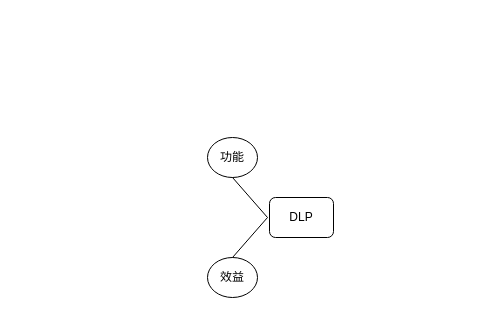
Earlier version of the draw.io diagram DLP.drawio (hcyhill/ZerOne). Source tidied: cells renumbered, new cells numbered last; positions are measured from the earlier drawing's top-left corner, leaving out a move shared by most shapes. Both pictures are drawn from the tidied source at 100%, with x=0, y=0 at pixel (207, 137).
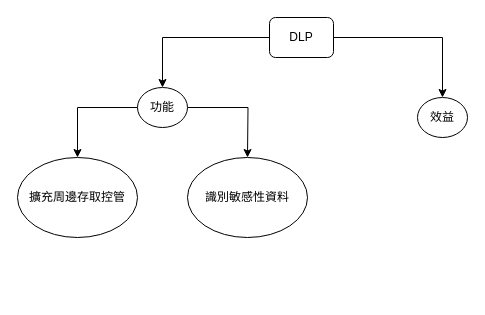
Above is the later version.

Diff of the diagram source:
```diff
@@
 <mxGraphModel>
   <root>
     <mxCell id="0" />
     <mxCell id="1" parent="0" />
+    <mxCell id="6" style="edgeStyle=orthogonalEdgeStyle;rounded=0;jettySize=auto;html=1;exitX=0;exitY=0.5;exitDx=0;exitDy=0;entryX=0.5;entryY=0;entryDx=0;entryDy=0;" parent="1" edge="1" source="2" target="3">
+      <mxGeometry relative="1" as="geometry" />
+    </mxCell>
+    <mxCell id="7" style="edgeStyle=orthogonalEdgeStyle;rounded=0;jettySize=auto;html=1;exitX=1;exitY=0.5;exitDx=0;exitDy=0;entryX=0.5;entryY=0;entryDx=0;entryDy=0;" parent="1" edge="1" source="2" target="4">
+      <mxGeometry relative="1" as="geometry" />
+    </mxCell>
     <mxCell id="2" value="DLP" style="rounded=1;whiteSpace=wrap;html=1;" parent="1" vertex="1">
-      <mxGeometry x="62" y="60" width="64" height="40" as="geometry" />
+      <mxGeometry x="62" y="-120" width="64" height="40" as="geometry" />
     </mxCell>
+    <mxCell id="8" style="edgeStyle=orthogonalEdgeStyle;rounded=0;jettySize=auto;html=1;" parent="1" edge="1" source="3">
+      <mxGeometry relative="1" as="geometry">
+        <mxPoint x="40" y="20" as="targetPoint" />
+      </mxGeometry>
+    </mxCell>
+    <mxCell id="9" style="edgeStyle=orthogonalEdgeStyle;rounded=0;jettySize=auto;html=1;exitX=0;exitY=0.5;exitDx=0;exitDy=0;entryX=0.5;entryY=0;entryDx=0;entryDy=0;" parent="1" edge="1" source="3" target="10">
+      <mxGeometry relative="1" as="geometry" />
+    </mxCell>
     <mxCell id="3" value="功能" style="ellipse;whiteSpace=wrap;html=1;" parent="1" vertex="1">
-      <mxGeometry width="50" height="40" as="geometry" />
+      <mxGeometry x="-70" y="-50" width="50" height="40" as="geometry" />
     </mxCell>
     <mxCell id="4" value="效益" style="ellipse;whiteSpace=wrap;html=1;" parent="1" vertex="1">
-      <mxGeometry y="120" width="50" height="40" as="geometry" />
+      <mxGeometry x="210" y="-40" width="50" height="40" as="geometry" />
     </mxCell>
-    <mxCell id="5" style="endArrow=none;html=1;rounded=0;exitX=0.5;exitY=1;exitDx=0;exitDy=0;entryX=0.5;entryY=0;entryDx=0;entryDy=0;" parent="1" edge="1" source="3" target="4">
-      <mxGeometry relative="1" as="geometry">
-        <Array as="points">
-          <mxPoint x="60" y="80" />
-        </Array>
-      </mxGeometry>
-    </mxCell>
+    <mxCell id="10" value="擴充周邊存取控管" style="ellipse;whiteSpace=wrap;html=1;" parent="1" vertex="1">
+      <mxGeometry x="-190" y="20" width="120" height="80" as="geometry" />
+    </mxCell>
+    <mxCell id="11" value="識別敏感性資料" style="ellipse;whiteSpace=wrap;html=1;" parent="1" vertex="1">
+      <mxGeometry x="-20" y="20" width="120" height="80" as="geometry" />
+    </mxCell>
   </root>
 </mxGraphModel>
```
